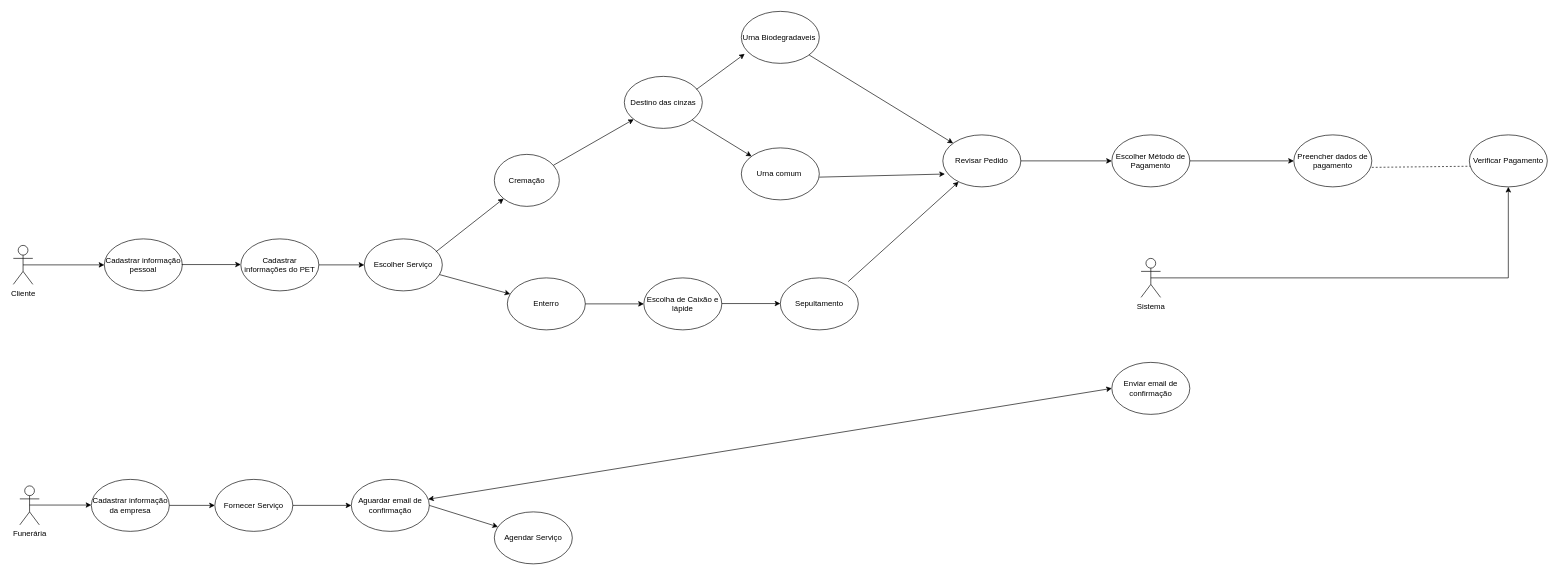
Above: Diagrama sem nome.drawio in EsterGalati/Diagramas (draw.io), before the change. Source tidied: cells renumbered, new cells numbered last; positions are measured from the earlier drawing's top-left corner, leaving out a move shared by most shapes. Both pictures are drawn from the tidied source at 65%, with x=0, y=0 at pixel (13, 11).
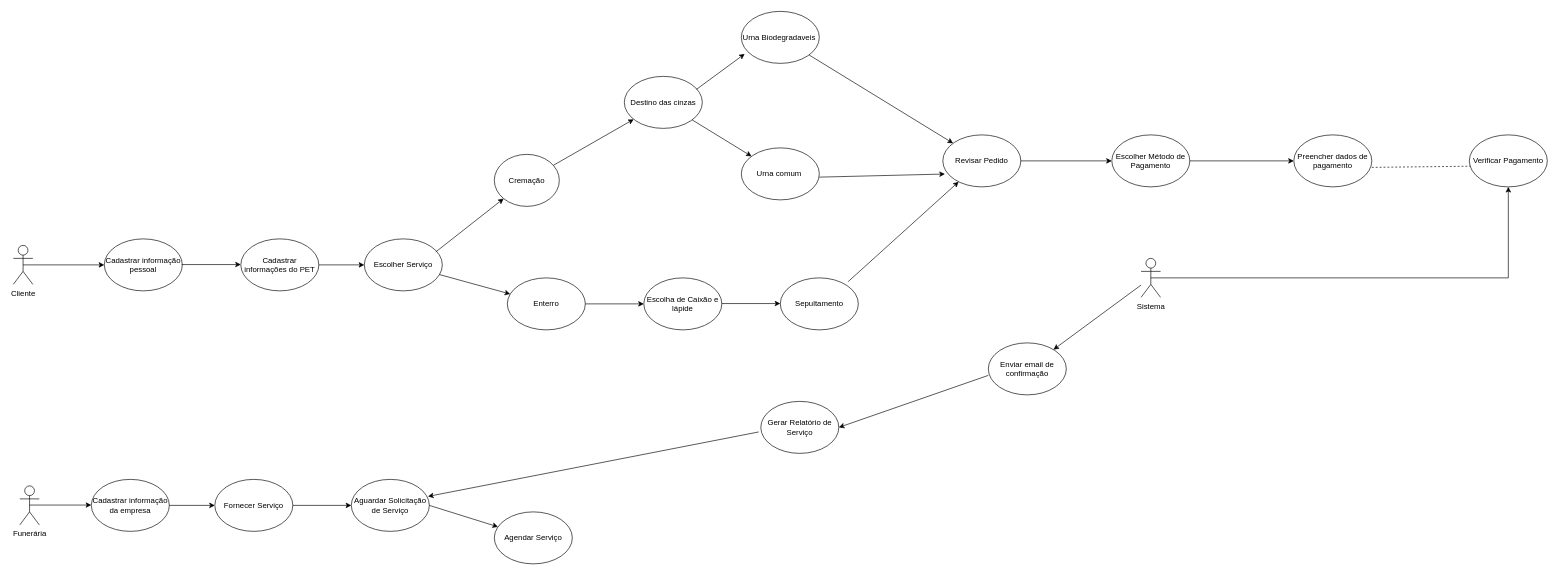
After the change.

Unchanged cells that the change refers to:
```xml
<mxCell id="37" value="Sistema" style="shape=umlActor;verticalLabelPosition=bottom;verticalAlign=top;html=1;outlineConnect=0;" parent="1" vertex="1">
  <mxGeometry x="1735" y="380" width="30" height="60" as="geometry" />
</mxCell>
```

Diff of the diagram source:
```diff
@@
     <mxCell id="40" value="Enviar email de confirmação" style="ellipse;whiteSpace=wrap;html=1;" parent="1" vertex="1">
-      <mxGeometry x="1690" y="540" width="120" height="80" as="geometry" />
+      <mxGeometry x="1500" y="510" width="120" height="80" as="geometry" />
     </mxCell>
@@
-    <mxCell id="42" value="Aguardar email de confirmação" style="ellipse;whiteSpace=wrap;html=1;" parent="1" vertex="1">
+    <mxCell id="42" value="Aguardar Solicitação de Serviço" style="ellipse;whiteSpace=wrap;html=1;" parent="1" vertex="1">
       <mxGeometry x="520" y="720" width="120" height="80" as="geometry" />
     </mxCell>
@@
-    <mxCell id="45" style="endArrow=classic;startArrow=classic;html=1;rounded=0;entryX=0;entryY=0.5;entryDx=0;entryDy=0;" parent="1" edge="1" source="42" target="40">
-      <mxGeometry relative="1" as="geometry" />
-    </mxCell>
+    <mxCell id="46" value="Gerar Relatório de Serviço" style="ellipse;whiteSpace=wrap;html=1;" parent="1" vertex="1">
+      <mxGeometry x="1150" y="600" width="120" height="80" as="geometry" />
+    </mxCell>
+    <mxCell id="47" style="endArrow=classic;html=1;rounded=0;entryX=0.983;entryY=0.328;entryDx=0;entryDy=0;entryPerimeter=0;exitX=-0.027;exitY=0.588;exitDx=0;exitDy=0;exitPerimeter=0;" parent="1" edge="1" source="46" target="42">
+      <mxGeometry relative="1" as="geometry" />
+    </mxCell>
+    <mxCell id="48" style="endArrow=classic;html=1;rounded=0;entryX=1;entryY=0.5;entryDx=0;entryDy=0;exitX=0;exitY=0.625;exitDx=0;exitDy=0;exitPerimeter=0;" parent="1" edge="1" source="40" target="46">
+      <mxGeometry relative="1" as="geometry" />
+    </mxCell>
+    <mxCell id="49" style="endArrow=classic;html=1;rounded=0;" parent="1" edge="1" source="37" target="40">
+      <mxGeometry relative="1" as="geometry" />
+    </mxCell>
```
